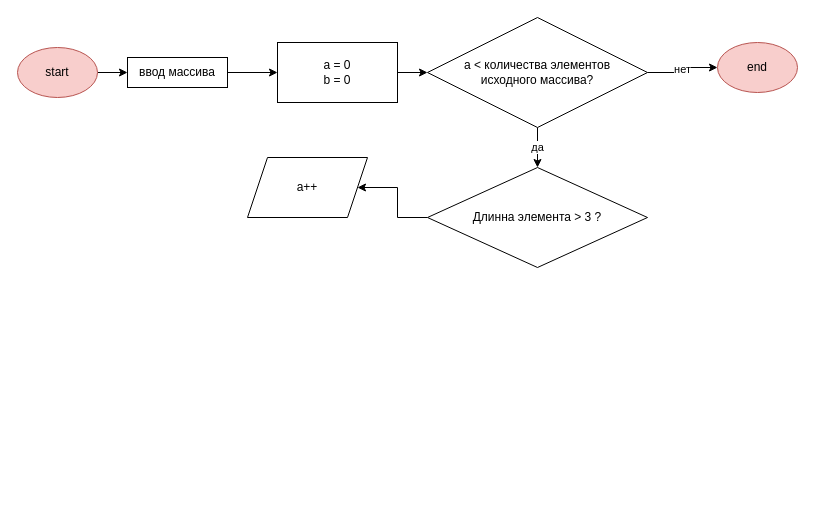
Earlier version of the draw.io diagram Shema/shema.drawio (VendyVL/First_block). Source tidied: cells renumbered, new cells numbered last; positions are measured from the earlier drawing's top-left corner, leaving out a move shared by most shapes. Both pictures are drawn from the tidied source at 100%, with x=0, y=0 at pixel (17, 17).
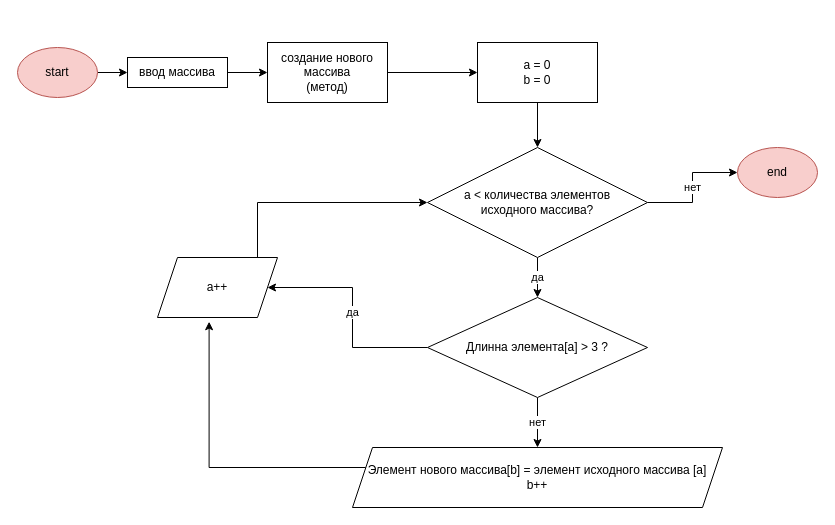
The same diagram, later.

Commit message (it also covers changes not shown here):
блок-схема с картинкой

The change refers to these unchanged cells:
```xml
<mxCell id="5" value="ввод массива" style="rounded=0;whiteSpace=wrap;html=1;" parent="1" vertex="1">
  <mxGeometry x="110" y="40" width="100" height="30" as="geometry" />
</mxCell>
```

Change to the diagram source:
```diff
@@
-    <mxCell id="4" style="edgeStyle=orthogonalEdgeStyle;rounded=0;jettySize=auto;html=1;entryX=0;entryY=0.5;entryDx=0;entryDy=0;" parent="1" edge="1" source="5" target="7">
-      <mxGeometry relative="1" as="geometry" />
-    </mxCell>
+    <mxCell id="15" style="edgeStyle=orthogonalEdgeStyle;rounded=0;jettySize=auto;html=1;entryX=0;entryY=0.5;entryDx=0;entryDy=0;" parent="1" edge="1" source="5" target="19">
+      <mxGeometry relative="1" as="geometry" />
+    </mxCell>
@@
-    <mxCell id="6" style="edgeStyle=orthogonalEdgeStyle;rounded=0;jettySize=auto;html=1;entryX=0;entryY=0.5;entryDx=0;entryDy=0;" parent="1" edge="1" source="7" target="10">
+    <mxCell id="6" style="edgeStyle=orthogonalEdgeStyle;rounded=0;jettySize=auto;html=1;entryX=0.5;entryY=0;entryDx=0;entryDy=0;" parent="1" edge="1" source="7" target="10">
       <mxGeometry relative="1" as="geometry" />
     </mxCell>
     <mxCell id="7" value="а = 0&lt;br&gt;b = 0" style="rounded=0;whiteSpace=wrap;html=1;" parent="1" vertex="1">
-      <mxGeometry x="260" y="25" width="120" height="60" as="geometry" />
+      <mxGeometry x="460" y="25" width="120" height="60" as="geometry" />
     </mxCell>
@@
     <mxCell id="10" value="а &amp;lt; количества элементов&lt;br&gt;исходного массива?" style="rhombus;whiteSpace=wrap;html=1;" parent="1" vertex="1">
-      <mxGeometry x="410" width="220" height="110" as="geometry" />
+      <mxGeometry x="410" y="130" width="220" height="110" as="geometry" />
     </mxCell>
     <mxCell id="11" value="end" style="ellipse;whiteSpace=wrap;html=1;fillColor=#f8cecc;strokeColor=#b85450;" parent="1" vertex="1">
-      <mxGeometry x="700" y="25" width="80" height="50" as="geometry" />
+      <mxGeometry x="720" y="130" width="80" height="50" as="geometry" />
     </mxCell>
-    <mxCell id="12" style="edgeStyle=orthogonalEdgeStyle;rounded=0;jettySize=auto;html=1;entryX=1;entryY=0.5;entryDx=0;entryDy=0;" parent="1" edge="1" source="13" target="14">
+    <mxCell id="12" value="да" style="edgeStyle=orthogonalEdgeStyle;rounded=0;jettySize=auto;html=1;entryX=1;entryY=0.5;entryDx=0;entryDy=0;" parent="1" edge="1" source="13" target="14">
       <mxGeometry relative="1" as="geometry" />
     </mxCell>
+    <mxCell id="16" value="нет" style="edgeStyle=orthogonalEdgeStyle;rounded=0;jettySize=auto;html=1;" parent="1" edge="1" source="13" target="21">
+      <mxGeometry relative="1" as="geometry" />
+    </mxCell>
-    <mxCell id="13" value="Длинна элемента &amp;gt; 3 ?" style="rhombus;whiteSpace=wrap;html=1;labelBackgroundColor=#FFFFFF;" parent="1" vertex="1">
-      <mxGeometry x="410" y="150" width="220" height="100" as="geometry" />
+    <mxCell id="13" value="Длинна элемента[a] &amp;gt; 3 ?" style="rhombus;whiteSpace=wrap;html=1;labelBackgroundColor=#FFFFFF;" parent="1" vertex="1">
+      <mxGeometry x="410" y="280" width="220" height="100" as="geometry" />
     </mxCell>
+    <mxCell id="17" style="edgeStyle=orthogonalEdgeStyle;rounded=0;jettySize=auto;html=1;entryX=0;entryY=0.5;entryDx=0;entryDy=0;" parent="1" edge="1" source="14" target="10">
+      <mxGeometry relative="1" as="geometry">
+        <Array as="points">
+          <mxPoint x="240" y="185" />
+        </Array>
+      </mxGeometry>
+    </mxCell>
     <mxCell id="14" value="а++" style="shape=parallelogram;perimeter=parallelogramPerimeter;whiteSpace=wrap;html=1;fixedSize=1;labelBackgroundColor=#FFFFFF;" parent="1" vertex="1">
-      <mxGeometry x="230" y="140" width="120" height="60" as="geometry" />
+      <mxGeometry x="140" y="240" width="120" height="60" as="geometry" />
     </mxCell>
+    <mxCell id="18" style="edgeStyle=orthogonalEdgeStyle;rounded=0;jettySize=auto;html=1;entryX=0;entryY=0.5;entryDx=0;entryDy=0;" parent="1" edge="1" source="19" target="7">
+      <mxGeometry relative="1" as="geometry" />
+    </mxCell>
+    <mxCell id="19" value="создание нового массива&lt;br&gt;(метод)" style="rounded=0;whiteSpace=wrap;html=1;labelBackgroundColor=#FFFFFF;" parent="1" vertex="1">
+      <mxGeometry x="250" y="25" width="120" height="60" as="geometry" />
+    </mxCell>
+    <mxCell id="20" style="edgeStyle=orthogonalEdgeStyle;rounded=0;jettySize=auto;html=1;entryX=0.43;entryY=1.07;entryDx=0;entryDy=0;entryPerimeter=0;" parent="1" edge="1" source="21" target="14">
+      <mxGeometry relative="1" as="geometry">
+        <Array as="points">
+          <mxPoint x="192" y="450" />
+        </Array>
+      </mxGeometry>
+    </mxCell>
+    <mxCell id="21" value="Элемент нового массива[b] = элемент исходного массива [a]&lt;br&gt;b++" style="shape=parallelogram;perimeter=parallelogramPerimeter;whiteSpace=wrap;html=1;fixedSize=1;labelBackgroundColor=#FFFFFF;" parent="1" vertex="1">
+      <mxGeometry x="335" y="430" width="370" height="60" as="geometry" />
+    </mxCell>
```
